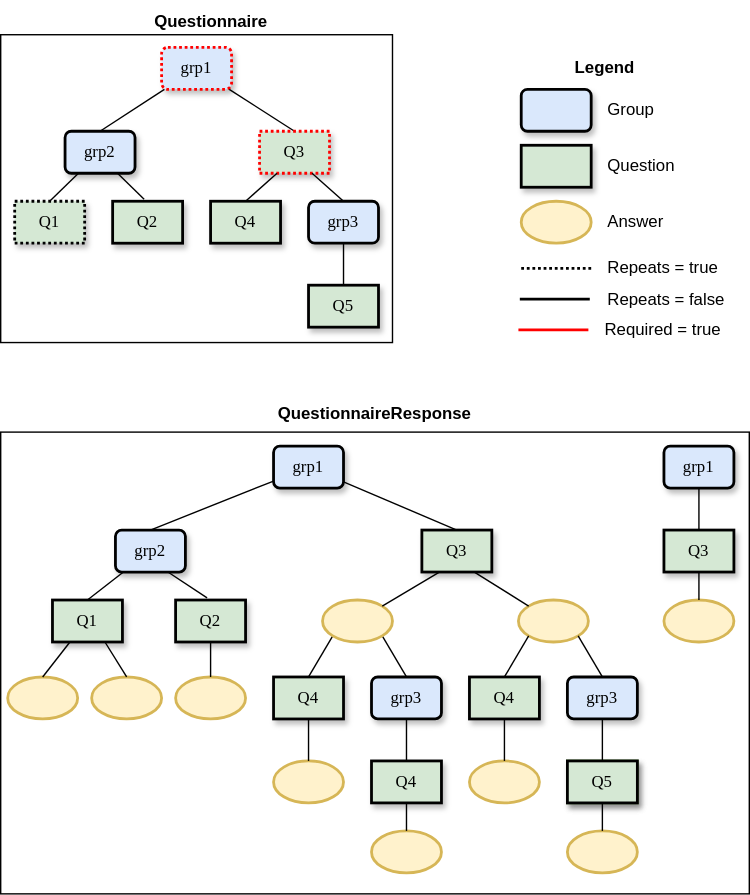
Above: images/QuestionnaireItems.svg in jmandel/autofhir (draw.io), before the change. Source tidied: cells renumbered, new cells last; positions are measured from the earlier drawing's top-left corner, leaving out a move shared by most shapes.
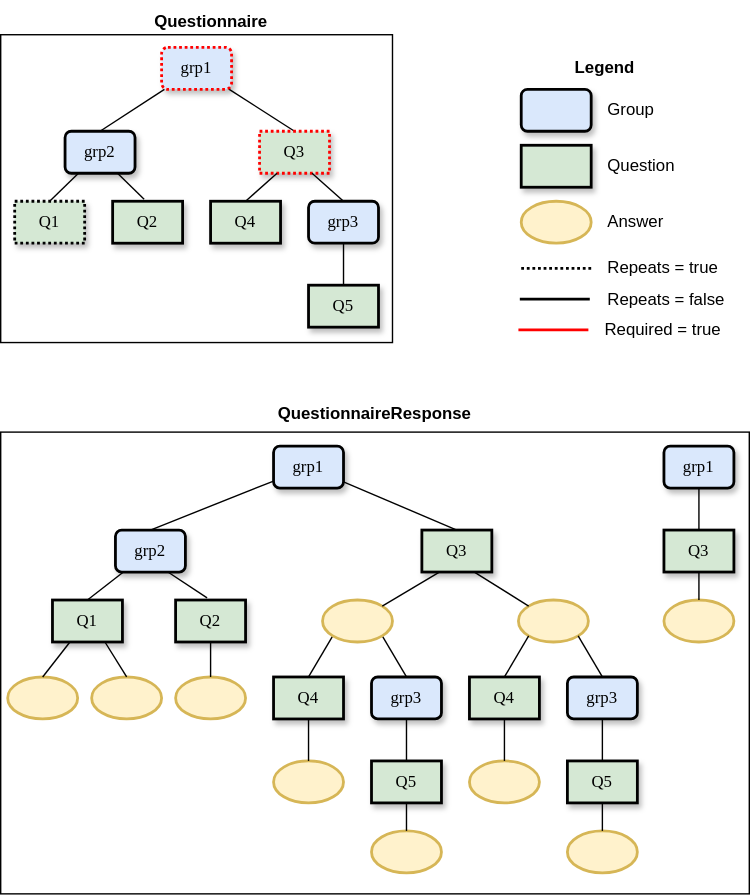
Above is the later version.

Commit message:
FHIR-42727: Clean QuestionnaireResponse diagram labels

What changed in the source:
```diff
@@ -125,7 +125,7 @@
     <mxCell id="40" value="&lt;span&gt;grp3&lt;/span&gt;" style="whiteSpace=wrap;html=1;rounded=1;shadow=1;labelBackgroundColor=none;strokeWidth=2;fontFamily=Verdana;fontSize=12;align=center;fillColor=#dae8fc;strokeColor=#000000;" parent="1" vertex="1">
       <mxGeometry x="265" y="483" width="50" height="30" as="geometry" />
     </mxCell>
-    <mxCell id="41" value="&lt;span&gt;Q4&lt;br&gt;&lt;/span&gt;" style="whiteSpace=wrap;html=1;rounded=0;shadow=1;labelBackgroundColor=none;strokeWidth=2;fontFamily=Verdana;fontSize=12;align=center;fillColor=#d5e8d4;strokeColor=#000000;" parent="1" vertex="1">
+    <mxCell id="41" value="&lt;span&gt;Q5&lt;br&gt;&lt;/span&gt;" style="whiteSpace=wrap;html=1;rounded=0;shadow=1;labelBackgroundColor=none;strokeWidth=2;fontFamily=Verdana;fontSize=12;align=center;fillColor=#d5e8d4;strokeColor=#000000;" parent="1" vertex="1">
       <mxGeometry x="265" y="543" width="50" height="30" as="geometry" />
     </mxCell>
     <mxCell id="42" style="rounded=0;html=1;labelBackgroundColor=none;startArrow=none;startFill=0;startSize=5;endArrow=none;endFill=0;endSize=5;jettySize=auto;strokeWidth=1;fontFamily=Verdana;fontSize=12;entryX=1;entryY=1;entryDx=0;entryDy=0;exitX=0.5;exitY=0;exitDx=0;exitDy=0;" parent="1" edge="1" source="40" target="49">
@@ -161,16 +161,13 @@
     <mxCell id="52" value="&lt;span&gt;grp3&lt;/span&gt;" style="whiteSpace=wrap;html=1;rounded=1;shadow=1;labelBackgroundColor=none;strokeWidth=2;fontFamily=Verdana;fontSize=12;align=center;fillColor=#dae8fc;strokeColor=#000000;" parent="1" vertex="1">
       <mxGeometry x="405" y="483" width="50" height="30" as="geometry" />
     </mxCell>
-    <mxCell id="53" value="&lt;span&gt;Q4&lt;br&gt;&lt;/span&gt;" style="whiteSpace=wrap;html=1;rounded=0;shadow=1;labelBackgroundColor=none;strokeWidth=2;fontFamily=Verdana;fontSize=12;align=center;fillColor=#d5e8d4;strokeColor=#82b366;" parent="1" vertex="1">
-      <mxGeometry x="405" y="543" width="50" height="30" as="geometry" />
-    </mxCell>
     <mxCell id="54" style="rounded=0;html=1;labelBackgroundColor=none;startArrow=none;startFill=0;startSize=5;endArrow=none;endFill=0;endSize=5;jettySize=auto;strokeWidth=1;fontFamily=Verdana;fontSize=12;entryX=0;entryY=1;entryDx=0;entryDy=0;exitX=0.5;exitY=0;exitDx=0;exitDy=0;" parent="1" edge="1" source="51" target="50">
       <mxGeometry x="0.14" y="16" relative="1" as="geometry" />
     </mxCell>
     <mxCell id="55" style="rounded=0;html=1;labelBackgroundColor=none;startArrow=none;startFill=0;startSize=5;endArrow=none;endFill=0;endSize=5;jettySize=auto;strokeWidth=1;fontFamily=Verdana;fontSize=12;entryX=1;entryY=1;entryDx=0;entryDy=0;exitX=0.5;exitY=0;exitDx=0;exitDy=0;" parent="1" edge="1" source="52" target="50">
       <mxGeometry x="0.14" y="16" relative="1" as="geometry" />
     </mxCell>
-    <mxCell id="56" style="rounded=0;html=1;labelBackgroundColor=none;startArrow=none;startFill=0;startSize=5;endArrow=none;endFill=0;endSize=5;jettySize=auto;strokeWidth=1;fontFamily=Verdana;fontSize=12;entryX=0.5;entryY=1;entryDx=0;entryDy=0;exitX=0.5;exitY=0;exitDx=0;exitDy=0;" parent="1" edge="1" source="53" target="52">
+    <mxCell id="56" style="rounded=0;html=1;labelBackgroundColor=none;startArrow=none;startFill=0;startSize=5;endArrow=none;endFill=0;endSize=5;jettySize=auto;strokeWidth=1;fontFamily=Verdana;fontSize=12;entryX=0.5;entryY=1;entryDx=0;entryDy=0;exitX=0.5;exitY=0;exitDx=0;exitDy=0;" parent="1" edge="1" source="61" target="52">
       <mxGeometry x="0.14" y="16" relative="1" as="geometry" />
     </mxCell>
     <mxCell id="57" style="rounded=0;html=1;labelBackgroundColor=none;startArrow=none;startFill=0;startSize=5;endArrow=none;endFill=0;endSize=5;jettySize=auto;strokeWidth=1;fontFamily=Verdana;fontSize=12;entryX=0.75;entryY=1;entryDx=0;entryDy=0;exitX=0;exitY=0;exitDx=0;exitDy=0;" parent="1" edge="1" source="50" target="32">
```
